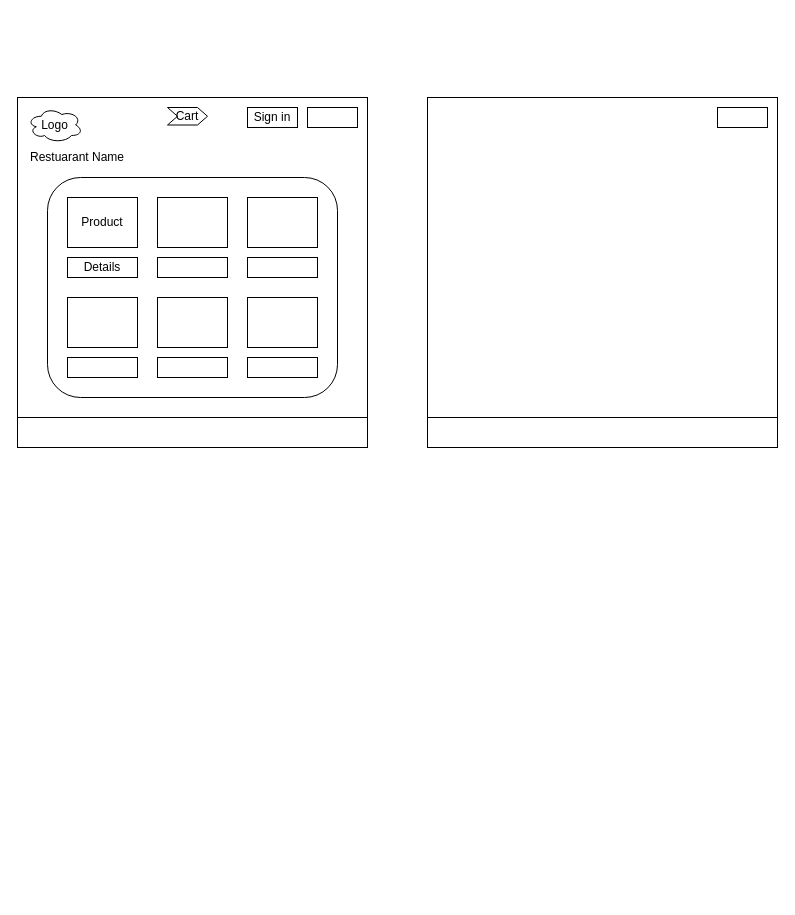
Before: E-comProjectDesignIdea.drawio in DhuJUICE/Ecom-Project, a draw.io diagram. Source tidied: cells renumbered, new cells numbered last; positions are measured from the earlier drawing's top-left corner, leaving out a move shared by most shapes. Both pictures are drawn from the tidied source at 100%, with x=0, y=0 at pixel (17, 97).
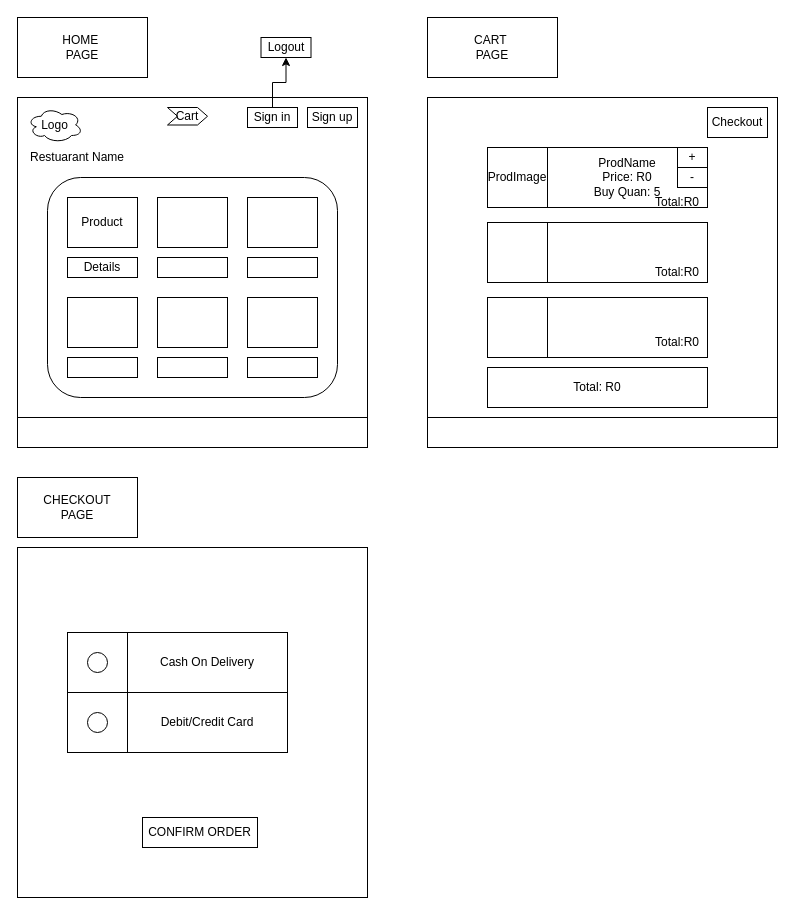
The same diagram, later.

The change refers to these unchanged cells:
```xml
<mxCell id="3" value="Sign in" style="rounded=0;whiteSpace=wrap;html=1;" parent="1" vertex="1">
  <mxGeometry x="230" y="10" width="50" height="20" as="geometry" />
</mxCell>
```

Change to the diagram source:
```diff
@@
+    <mxCell id="25" style="edgeStyle=orthogonalEdgeStyle;rounded=0;jettySize=auto;html=1;exitX=0.5;exitY=0;exitDx=0;exitDy=0;entryX=0.5;entryY=1;entryDx=0;entryDy=0;" parent="1" edge="1" source="3" target="7">
+      <mxGeometry relative="1" as="geometry" />
+    </mxCell>
@@
-    <mxCell id="4" style="rounded=0;whiteSpace=wrap;html=1;" parent="1" vertex="1">
+    <mxCell id="4" value="Sign up" style="rounded=0;whiteSpace=wrap;html=1;" parent="1" vertex="1">
       <mxGeometry x="290" y="10" width="50" height="20" as="geometry" />
     </mxCell>
@@
-    <mxCell id="7" style="rounded=0;whiteSpace=wrap;html=1;" parent="1" vertex="1">
-      <mxGeometry x="700" y="10" width="50" height="20" as="geometry" />
+    <mxCell id="7" value="Logout" style="rounded=0;whiteSpace=wrap;html=1;" parent="1" vertex="1">
+      <mxGeometry x="243.5" y="-60" width="50" height="20" as="geometry" />
     </mxCell>
@@
+    <mxCell id="26" value="HOME&amp;nbsp;&lt;div&gt;PAGE&lt;/div&gt;" style="rounded=0;whiteSpace=wrap;html=1;" parent="1" vertex="1">
+      <mxGeometry y="-80" width="130" height="60" as="geometry" />
+    </mxCell>
+    <mxCell id="27" value="CART&amp;nbsp;&lt;div&gt;PAGE&lt;/div&gt;" style="rounded=0;whiteSpace=wrap;html=1;" parent="1" vertex="1">
+      <mxGeometry x="410" y="-80" width="130" height="60" as="geometry" />
+    </mxCell>
+    <mxCell id="28" value="Checkout" style="rounded=0;whiteSpace=wrap;html=1;" parent="1" vertex="1">
+      <mxGeometry x="690" y="10" width="60" height="30" as="geometry" />
+    </mxCell>
+    <mxCell id="29" value="ProdImage" style="rounded=0;whiteSpace=wrap;html=1;" parent="1" vertex="1">
+      <mxGeometry x="470" y="50" width="60" height="60" as="geometry" />
+    </mxCell>
+    <mxCell id="30" value="&lt;div&gt;ProdName&lt;br&gt;Price: R0&lt;/div&gt;Buy Quan: 5" style="rounded=0;whiteSpace=wrap;html=1;" parent="1" vertex="1">
+      <mxGeometry x="530" y="50" width="160" height="60" as="geometry" />
+    </mxCell>
+    <mxCell id="31" style="rounded=0;whiteSpace=wrap;html=1;" parent="1" vertex="1">
+      <mxGeometry x="470" y="125" width="60" height="60" as="geometry" />
+    </mxCell>
+    <mxCell id="32" style="rounded=0;whiteSpace=wrap;html=1;" parent="1" vertex="1">
+      <mxGeometry x="530" y="125" width="160" height="60" as="geometry" />
+    </mxCell>
+    <mxCell id="33" style="rounded=0;whiteSpace=wrap;html=1;" parent="1" vertex="1">
+      <mxGeometry x="470" y="200" width="60" height="60" as="geometry" />
+    </mxCell>
+    <mxCell id="34" style="rounded=0;whiteSpace=wrap;html=1;" parent="1" vertex="1">
+      <mxGeometry x="530" y="200" width="160" height="60" as="geometry" />
+    </mxCell>
+    <mxCell id="35" value="Total:R0" style="text;html=1;align=center;verticalAlign=middle;whiteSpace=wrap;rounded=0;" parent="1" vertex="1">
+      <mxGeometry x="630" y="90" width="60" height="30" as="geometry" />
+    </mxCell>
+    <mxCell id="36" value="Total: R0" style="rounded=0;whiteSpace=wrap;html=1;" parent="1" vertex="1">
+      <mxGeometry x="470" y="270" width="220" height="40" as="geometry" />
+    </mxCell>
+    <mxCell id="37" value="Total:R0" style="text;html=1;align=center;verticalAlign=middle;whiteSpace=wrap;rounded=0;" parent="1" vertex="1">
+      <mxGeometry x="630" y="160" width="60" height="30" as="geometry" />
+    </mxCell>
+    <mxCell id="38" value="Total:R0" style="text;html=1;align=center;verticalAlign=middle;whiteSpace=wrap;rounded=0;" parent="1" vertex="1">
+      <mxGeometry x="630" y="230" width="60" height="30" as="geometry" />
+    </mxCell>
+    <mxCell id="39" value="+" style="rounded=0;whiteSpace=wrap;html=1;" parent="1" vertex="1">
+      <mxGeometry x="660" y="50" width="30" height="20" as="geometry" />
+    </mxCell>
+    <mxCell id="40" value="-" style="rounded=0;whiteSpace=wrap;html=1;" parent="1" vertex="1">
+      <mxGeometry x="660" y="70" width="30" height="20" as="geometry" />
+    </mxCell>
+    <mxCell id="41" style="whiteSpace=wrap;html=1;" parent="1" vertex="1">
+      <mxGeometry y="450" width="350" height="350" as="geometry" />
+    </mxCell>
+    <mxCell id="42" value="CHECKOUT&lt;div&gt;PAGE&lt;/div&gt;" style="rounded=0;whiteSpace=wrap;html=1;" parent="1" vertex="1">
+      <mxGeometry y="380" width="120" height="60" as="geometry" />
+    </mxCell>
+    <mxCell id="43" style="rounded=0;whiteSpace=wrap;html=1;" parent="1" vertex="1">
+      <mxGeometry x="50" y="535" width="60" height="60" as="geometry" />
+    </mxCell>
+    <mxCell id="44" value="Cash On Delivery" style="rounded=0;whiteSpace=wrap;html=1;" parent="1" vertex="1">
+      <mxGeometry x="110" y="535" width="160" height="60" as="geometry" />
+    </mxCell>
+    <mxCell id="45" style="ellipse;whiteSpace=wrap;html=1;" parent="1" vertex="1">
+      <mxGeometry x="70" y="555" width="20" height="20" as="geometry" />
+    </mxCell>
+    <mxCell id="46" style="rounded=0;whiteSpace=wrap;html=1;" parent="1" vertex="1">
+      <mxGeometry x="50" y="595" width="60" height="60" as="geometry" />
+    </mxCell>
+    <mxCell id="47" value="Debit/Credit Card" style="rounded=0;whiteSpace=wrap;html=1;" parent="1" vertex="1">
+      <mxGeometry x="110" y="595" width="160" height="60" as="geometry" />
+    </mxCell>
+    <mxCell id="48" style="ellipse;whiteSpace=wrap;html=1;" parent="1" vertex="1">
+      <mxGeometry x="70" y="615" width="20" height="20" as="geometry" />
+    </mxCell>
+    <mxCell id="49" value="CONFIRM ORDER" style="rounded=0;whiteSpace=wrap;html=1;" parent="1" vertex="1">
+      <mxGeometry x="125" y="720" width="115" height="30" as="geometry" />
+    </mxCell>
```
